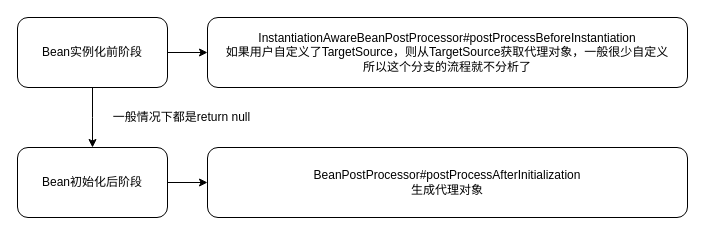
The draw.io diagram spring-aop/spring aop实现原理.drawio in erlieStar/diagrams, before the edit. Source tidied: cells renumbered, new cells numbered last; positions are measured from the earlier drawing's top-left corner, leaving out a move shared by most shapes. Both pictures are drawn from the tidied source at 100%, with x=0, y=0 at pixel (17, 17).
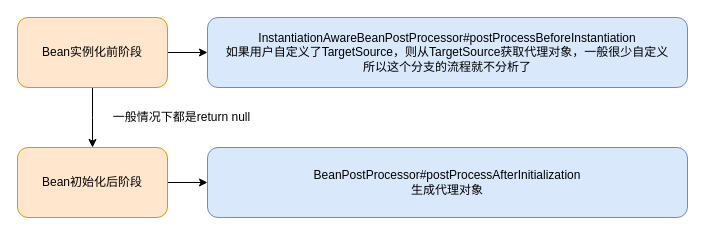
The same page after the edit.

What changed in the source:
```diff
@@
 <mxGraphModel>
   <root>
     <mxCell id="0" />
     <mxCell id="1" parent="0" />
     <mxCell id="2" style="edgeStyle=orthogonalEdgeStyle;rounded=0;jettySize=auto;html=1;exitX=0.5;exitY=1;exitDx=0;exitDy=0;entryX=0.5;entryY=0;entryDx=0;entryDy=0;" parent="1" edge="1" source="4">
       <mxGeometry relative="1" as="geometry">
         <mxPoint x="75" y="130" as="targetPoint" />
       </mxGeometry>
     </mxCell>
     <mxCell id="3" style="edgeStyle=orthogonalEdgeStyle;rounded=0;jettySize=auto;html=1;exitX=1;exitY=0.5;exitDx=0;exitDy=0;entryX=0;entryY=0.5;entryDx=0;entryDy=0;" parent="1" edge="1" source="4" target="5">
       <mxGeometry relative="1" as="geometry" />
     </mxCell>
-    <mxCell id="4" value="Bean实例化前阶段" style="rounded=1;whiteSpace=wrap;html=1;" parent="1" vertex="1">
+    <mxCell id="4" value="Bean实例化前阶段" style="rounded=1;whiteSpace=wrap;html=1;fillColor=#ffe6cc;strokeColor=#d79b00;" parent="1" vertex="1">
       <mxGeometry width="150" height="70" as="geometry" />
     </mxCell>
-    <mxCell id="5" value="InstantiationAwareBeanPostProcessor#postProcessBeforeInstantiation&lt;br&gt;如果用户自定义了TargetSource，则从TargetSource获取代理对象，一般很少自定义&lt;br&gt;所以这个分支的流程就不分析了" style="rounded=1;whiteSpace=wrap;html=1;" parent="1" vertex="1">
+    <mxCell id="5" value="InstantiationAwareBeanPostProcessor#postProcessBeforeInstantiation&lt;br&gt;如果用户自定义了TargetSource，则从TargetSource获取代理对象，一般很少自定义&lt;br&gt;所以这个分支的流程就不分析了" style="rounded=1;whiteSpace=wrap;html=1;fillColor=#dae8fc;strokeColor=#6c8ebf;" parent="1" vertex="1">
       <mxGeometry x="190" width="480" height="70" as="geometry" />
     </mxCell>
     <mxCell id="6" value="一般情况下都是return null" style="text;html=1;align=center;verticalAlign=middle;strokeColor=none;fillColor=none;" parent="1" vertex="1">
       <mxGeometry x="89" y="90" width="150" height="20" as="geometry" />
     </mxCell>
     <mxCell id="7" style="edgeStyle=orthogonalEdgeStyle;rounded=0;jettySize=auto;html=1;exitX=1;exitY=0.5;exitDx=0;exitDy=0;entryX=0;entryY=0.5;entryDx=0;entryDy=0;" parent="1" edge="1" source="8" target="9">
       <mxGeometry relative="1" as="geometry" />
     </mxCell>
-    <mxCell id="8" value="Bean初始化后阶段" style="rounded=1;whiteSpace=wrap;html=1;" parent="1" vertex="1">
+    <mxCell id="8" value="Bean初始化后阶段" style="rounded=1;whiteSpace=wrap;html=1;fillColor=#ffe6cc;strokeColor=#d79b00;" parent="1" vertex="1">
       <mxGeometry y="130" width="150" height="70" as="geometry" />
     </mxCell>
-    <mxCell id="9" value="BeanPostProcessor#postProcessAfterInitialization&lt;br&gt;生成代理对象" style="rounded=1;whiteSpace=wrap;html=1;" parent="1" vertex="1">
+    <mxCell id="9" value="BeanPostProcessor#postProcessAfterInitialization&lt;br&gt;生成代理对象" style="rounded=1;whiteSpace=wrap;html=1;fillColor=#dae8fc;strokeColor=#6c8ebf;" parent="1" vertex="1">
       <mxGeometry x="190" y="130" width="480" height="70" as="geometry" />
     </mxCell>
   </root>
 </mxGraphModel>
```
